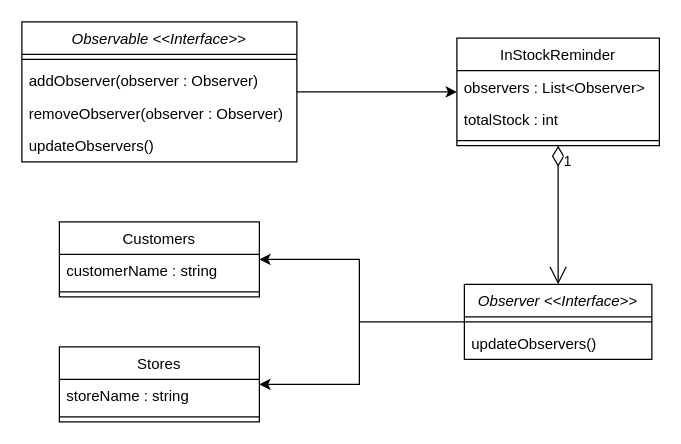
Before: umls/Observer.drawio in rishabmamgai/LLD, a draw.io diagram. Source tidied: cells renumbered, new cells numbered last; positions are measured from the earlier drawing's top-left corner, leaving out a move shared by most shapes. Both pictures are drawn from the tidied source at 125%, with x=0, y=0 at pixel (21, 21).
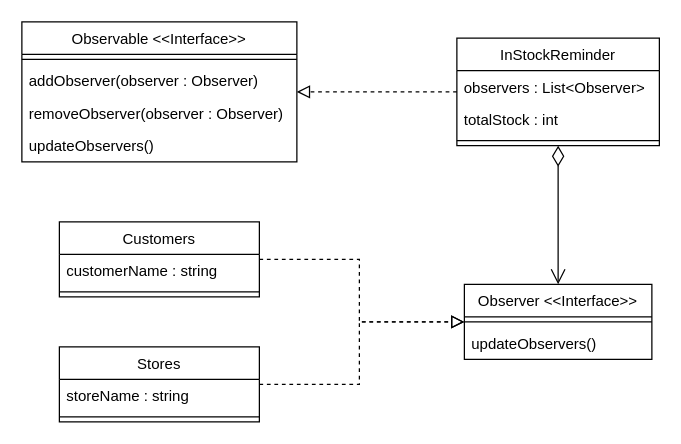
Above is the later version.

The change refers to these unchanged cells:
```xml
<mxCell id="4" value="addObserver(observer : Observer)" style="text;align=left;verticalAlign=top;spacingLeft=4;spacingRight=4;overflow=hidden;points=[[0,0.5],[1,0.5]];portConstraint=eastwest;" parent="2" vertex="1">
  <mxGeometry y="34" width="220" height="26" as="geometry" />
</mxCell>
<mxCell id="7" value="Customers" style="swimlane;fontStyle=0;align=center;verticalAlign=top;horizontal=1;startSize=26;rounded=0;shadow=0;strokeWidth=1;" parent="1" vertex="1">
  <mxGeometry x="30" y="160" width="160" height="60" as="geometry" />
</mxCell>
<mxCell id="10" value="InStockReminder" style="swimlane;fontStyle=0;align=center;verticalAlign=top;horizontal=1;startSize=26;rounded=0;shadow=0;strokeWidth=1;" parent="1" vertex="1">
  <mxGeometry x="348" y="13" width="162" height="86" as="geometry" />
</mxCell>
<mxCell id="19" value="Stores" style="swimlane;fontStyle=0;align=center;verticalAlign=top;horizontal=1;startSize=26;rounded=0;shadow=0;strokeWidth=1;" parent="1" vertex="1">
  <mxGeometry x="30" y="260" width="160" height="60" as="geometry" />
</mxCell>
```

Diff of the diagram source:
```diff
@@
-    <mxCell id="2" value="Observable &lt;&lt;Interface&gt;&gt;" style="swimlane;fontStyle=2;align=center;verticalAlign=top;horizontal=1;startSize=26;rounded=0;shadow=0;strokeWidth=1;" parent="1" vertex="1">
+    <mxCell id="2" value="Observable &lt;&lt;Interface&gt;&gt;" style="swimlane;fontStyle=0;align=center;verticalAlign=top;horizontal=1;startSize=26;rounded=0;shadow=0;strokeWidth=1;" parent="1" vertex="1">
       <mxGeometry width="220" height="112" as="geometry" />
     </mxCell>
@@
-    <mxCell id="14" style="endArrow=classic;html=1;rounded=0;entryX=0;entryY=0.5;entryDx=0;entryDy=0;exitX=1;exitY=0.846;exitDx=0;exitDy=0;exitPerimeter=0;" parent="1" edge="1" source="4" target="10">
-      <mxGeometry relative="1" as="geometry" />
-    </mxCell>
-    <mxCell id="15" value="Observer &lt;&lt;Interface&gt;&gt;" style="swimlane;fontStyle=2;align=center;verticalAlign=top;horizontal=1;startSize=26;rounded=0;shadow=0;strokeWidth=1;" parent="1" vertex="1">
+    <mxCell id="15" value="Observer &lt;&lt;Interface&gt;&gt;" style="swimlane;fontStyle=0;align=center;verticalAlign=top;horizontal=1;startSize=26;rounded=0;shadow=0;strokeWidth=1;" parent="1" vertex="1">
       <mxGeometry x="354" y="210" width="150" height="60" as="geometry" />
     </mxCell>
@@
-    <mxCell id="18" value="1" style="endArrow=open;html=1;endSize=12;startArrow=diamondThin;startSize=14;startFill=0;edgeStyle=orthogonalEdgeStyle;align=left;verticalAlign=top;rounded=0;entryX=0.5;entryY=0;entryDx=0;entryDy=0;exitX=0.5;exitY=1;exitDx=0;exitDy=0;" parent="1" edge="1" source="10" target="15">
+    <mxCell id="18" style="endArrow=open;html=1;endSize=10;startArrow=diamondThin;startSize=14;startFill=0;edgeStyle=orthogonalEdgeStyle;align=left;verticalAlign=top;rounded=0;entryX=0.5;entryY=0;entryDx=0;entryDy=0;exitX=0.5;exitY=1;exitDx=0;exitDy=0;" parent="1" edge="1" source="10" target="15">
       <mxGeometry x="-1" y="3" relative="1" as="geometry" />
     </mxCell>
@@
-    <mxCell id="22" style="endArrow=classic;html=1;rounded=0;entryX=1;entryY=0.5;entryDx=0;entryDy=0;" parent="1" edge="1" target="7">
-      <mxGeometry relative="1" as="geometry">
-        <mxPoint x="270" y="240" as="sourcePoint" />
-        <Array as="points">
-          <mxPoint x="270" y="190" />
-        </Array>
-      </mxGeometry>
-    </mxCell>
-    <mxCell id="23" style="endArrow=classic;html=1;rounded=0;entryX=1;entryY=0.5;entryDx=0;entryDy=0;" parent="1" edge="1" target="19">
-      <mxGeometry relative="1" as="geometry">
-        <mxPoint x="270" y="240" as="sourcePoint" />
-        <Array as="points">
-          <mxPoint x="270" y="290" />
-        </Array>
-      </mxGeometry>
-    </mxCell>
-    <mxCell id="24" style="endArrow=none;html=1;rounded=0;entryX=0;entryY=0.5;entryDx=0;entryDy=0;" parent="1" edge="1" target="15">
-      <mxGeometry relative="1" as="geometry">
-        <mxPoint x="270" y="240" as="sourcePoint" />
-      </mxGeometry>
-    </mxCell>
+    <mxCell id="25" style="endArrow=block;html=1;rounded=0;exitX=1;exitY=0.5;exitDx=0;exitDy=0;entryX=0;entryY=0.5;entryDx=0;entryDy=0;endFill=0;endSize=8;dashed=1;" parent="1" edge="1" source="19" target="15">
+      <mxGeometry relative="1" as="geometry">
+        <Array as="points">
+          <mxPoint x="270" y="290" />
+          <mxPoint x="270" y="240" />
+        </Array>
+      </mxGeometry>
+    </mxCell>
+    <mxCell id="26" style="endArrow=block;html=1;rounded=0;endFill=0;endSize=8;dashed=1;exitX=1;exitY=0.5;exitDx=0;exitDy=0;entryX=0;entryY=0.5;entryDx=0;entryDy=0;" parent="1" edge="1" source="7" target="15">
+      <mxGeometry relative="1" as="geometry">
+        <Array as="points">
+          <mxPoint x="270" y="190" />
+          <mxPoint x="270" y="240" />
+        </Array>
+      </mxGeometry>
+    </mxCell>
+    <mxCell id="27" style="endArrow=block;html=1;rounded=0;endFill=0;endSize=8;dashed=1;entryX=1;entryY=0.5;entryDx=0;entryDy=0;exitX=0;exitY=0.5;exitDx=0;exitDy=0;" parent="1" edge="1" source="10" target="2">
+      <mxGeometry relative="1" as="geometry" />
+    </mxCell>
```
